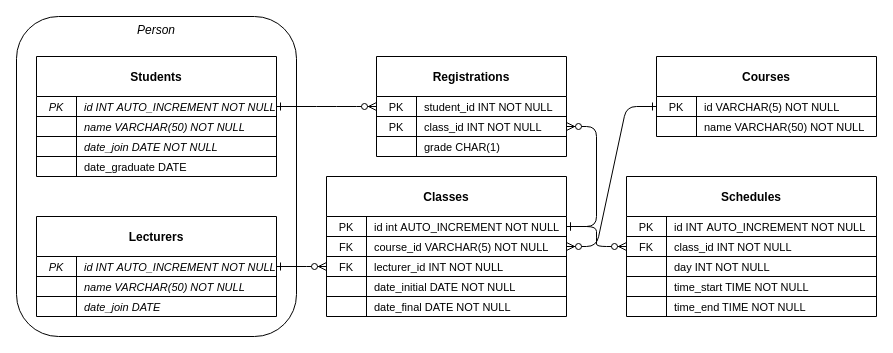
The draw.io diagram university_db/schema.drawio in hanggrian/IIT-CS425, before the edit. Source tidied: cells renumbered, new cells numbered last; positions are measured from the earlier drawing's top-left corner, leaving out a move shared by most shapes. Both pictures are drawn from the tidied source at 100%, with x=0, y=0 at pixel (16, 16).
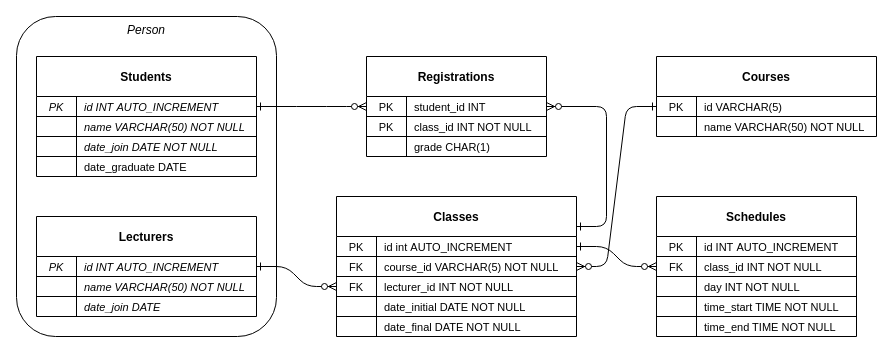
The same page after the edit.

Unchanged cells that the change refers to:
```xml
<mxCell id="3" style="shape=partialRectangle;fillColor=none;points=[[0,0.5],[1,0.5]];portConstraint=eastwest;top=0;left=0;right=0;bottom=1;fontSize=11;" parent="2" vertex="1">
  <mxGeometry y="40" width="220" height="20" as="geometry" />
</mxCell>
<mxCell id="10" style="shape=partialRectangle;fillColor=none;points=[[0,0.5],[1,0.5]];portConstraint=eastwest;top=0;left=0;right=0;bottom=1;fontSize=11;" parent="9" vertex="1">
  <mxGeometry y="40" width="240" height="20" as="geometry" />
</mxCell>
```

What changed in the source:
```diff
@@
-    <mxCell id="5" value="id VARCHAR(5) NOT NULL" style="shape=partialRectangle;overflow=hidden;fillColor=none;top=0;left=0;bottom=0;right=0;align=left;spacingLeft=6;fontStyle=0;fontSize=11;" parent="3" vertex="1">
+    <mxCell id="5" value="id VARCHAR(5)" style="shape=partialRectangle;overflow=hidden;fillColor=none;top=0;left=0;bottom=0;right=0;align=left;spacingLeft=6;fontStyle=0;fontSize=11;" parent="3" vertex="1">
       <mxGeometry x="40" width="180" height="20" as="geometry" />
     </mxCell>
@@
     <mxCell id="9" value="Classes" style="shape=table;startSize=40;childLayout=tableLayout;rowLines=0;fontStyle=1;align=center;fontSize=12;swimlaneFillColor=none;" parent="1" vertex="1">
-      <mxGeometry x="310" y="160" width="240" height="140" as="geometry" />
+      <mxGeometry x="320" y="180" width="240" height="140" as="geometry" />
     </mxCell>
@@
-    <mxCell id="12" value="id int AUTO_INCREMENT NOT NULL" style="shape=partialRectangle;overflow=hidden;fillColor=none;top=0;left=0;bottom=0;right=0;align=left;spacingLeft=6;fontStyle=0;fontSize=11;" parent="10" vertex="1">
+    <mxCell id="12" value="id int AUTO_INCREMENT" style="shape=partialRectangle;overflow=hidden;fillColor=none;top=0;left=0;bottom=0;right=0;align=left;spacingLeft=6;fontStyle=0;fontSize=11;" parent="10" vertex="1">
       <mxGeometry x="40" width="200" height="20" as="geometry" />
     </mxCell>
@@
     <mxCell id="27" value="Registrations" style="shape=table;startSize=40;childLayout=tableLayout;rowLines=0;fontStyle=1;align=center;fontSize=12;swimlaneFillColor=none;" parent="1" vertex="1">
-      <mxGeometry x="360" y="40" width="190" height="100" as="geometry" />
+      <mxGeometry x="350" y="40" width="180" height="100" as="geometry" />
     </mxCell>
     <mxCell id="28" style="shape=partialRectangle;fillColor=none;points=[[0,0.5],[1,0.5]];portConstraint=eastwest;top=0;left=0;right=0;bottom=1;fontSize=11;" parent="27" vertex="1">
-      <mxGeometry y="40" width="190" height="20" as="geometry" />
+      <mxGeometry y="40" width="180" height="20" as="geometry" />
     </mxCell>
@@
-    <mxCell id="30" value="student_id INT NOT NULL" style="shape=partialRectangle;overflow=hidden;fillColor=none;top=0;left=0;bottom=0;right=0;align=left;spacingLeft=6;fontStyle=0;fontSize=11;" parent="28" vertex="1">
-      <mxGeometry x="40" width="150" height="20" as="geometry" />
+    <mxCell id="30" value="student_id INT" style="shape=partialRectangle;overflow=hidden;fillColor=none;top=0;left=0;bottom=0;right=0;align=left;spacingLeft=6;fontStyle=0;fontSize=11;" parent="28" vertex="1">
+      <mxGeometry x="40" width="140" height="20" as="geometry" />
     </mxCell>
     <mxCell id="31" style="shape=partialRectangle;fillColor=none;top=0;left=0;bottom=1;right=0;points=[[0,0.5],[1,0.5]];portConstraint=eastwest;fontSize=11;" parent="27" vertex="1">
-      <mxGeometry y="60" width="190" height="20" as="geometry" />
+      <mxGeometry y="60" width="180" height="20" as="geometry" />
     </mxCell>
@@
     <mxCell id="33" value="class_id INT NOT NULL" style="shape=partialRectangle;fillColor=none;top=0;left=0;bottom=0;right=0;align=left;spacingLeft=6;fontStyle=0;overflow=hidden;fontSize=11;" parent="31" vertex="1">
-      <mxGeometry x="40" width="150" height="20" as="geometry" />
+      <mxGeometry x="40" width="140" height="20" as="geometry" />
     </mxCell>
     <mxCell id="34" style="shape=partialRectangle;fillColor=none;top=0;left=0;right=0;bottom=0;fontSize=11;" parent="27" vertex="1">
-      <mxGeometry y="80" width="190" height="20" as="geometry" />
+      <mxGeometry y="80" width="180" height="20" as="geometry" />
     </mxCell>
@@
     <mxCell id="36" value="grade CHAR(1)" style="shape=partialRectangle;overflow=hidden;fillColor=none;top=0;left=0;bottom=0;right=0;align=left;spacingLeft=6;fontSize=11;" parent="34" vertex="1">
-      <mxGeometry x="40" width="150" height="20" as="geometry" />
+      <mxGeometry x="40" width="140" height="20" as="geometry" />
     </mxCell>
@@
-    <mxCell id="38" style="edgeStyle=entityRelationEdgeStyle;endArrow=ERzeroToMany;startArrow=ERone;endFill=1;startFill=0;fontSize=11;entryX=1;entryY=0.5;entryDx=0;entryDy=0;exitX=1;exitY=0.5;exitDx=0;exitDy=0;" parent="1" edge="1" source="10" target="31">
-      <mxGeometry relative="1" as="geometry" />
-    </mxCell>
     <mxCell id="39" value="Schedules" style="shape=table;startSize=40;childLayout=tableLayout;rowLines=0;fontStyle=1;align=center;fontSize=12;swimlaneFillColor=none;" parent="1" vertex="1">
-      <mxGeometry x="610" y="160" width="250" height="140" as="geometry" />
+      <mxGeometry x="640" y="180" width="200" height="140" as="geometry" />
     </mxCell>
     <mxCell id="40" style="shape=partialRectangle;fillColor=none;top=0;left=0;right=0;bottom=1;fontSize=11;" parent="39" vertex="1">
-      <mxGeometry y="40" width="250" height="20" as="geometry" />
+      <mxGeometry y="40" width="200" height="20" as="geometry" />
     </mxCell>
@@
-    <mxCell id="42" value="id INT AUTO_INCREMENT NOT NULL" style="shape=partialRectangle;overflow=hidden;fillColor=none;top=0;left=0;bottom=0;right=0;align=left;spacingLeft=6;fontStyle=0;fontSize=11;" parent="40" vertex="1">
-      <mxGeometry x="40" width="210" height="20" as="geometry" />
+    <mxCell id="42" value="id INT AUTO_INCREMENT" style="shape=partialRectangle;overflow=hidden;fillColor=none;top=0;left=0;bottom=0;right=0;align=left;spacingLeft=6;fontStyle=0;fontSize=11;" parent="40" vertex="1">
+      <mxGeometry x="40" width="160" height="20" as="geometry" />
     </mxCell>
     <mxCell id="43" style="shape=tableRow;horizontal=0;startSize=0;swimlaneHead=0;swimlaneBody=0;fillColor=none;points=[[0,0.5],[1,0.5]];portConstraint=eastwest;top=0;left=0;right=0;bottom=1;fontSize=11;" parent="39" vertex="1">
-      <mxGeometry y="60" width="250" height="20" as="geometry" />
+      <mxGeometry y="60" width="200" height="20" as="geometry" />
     </mxCell>
@@
     <mxCell id="45" value="class_id INT NOT NULL" style="shape=partialRectangle;fillColor=none;top=0;left=0;bottom=0;right=0;align=left;spacingLeft=6;fontStyle=0;overflow=hidden;fontSize=11;" parent="43" vertex="1">
-      <mxGeometry x="40" width="210" height="20" as="geometry" />
+      <mxGeometry x="40" width="160" height="20" as="geometry" />
     </mxCell>
     <mxCell id="46" style="shape=tableRow;horizontal=0;startSize=0;swimlaneHead=0;swimlaneBody=0;fillColor=none;top=0;left=0;right=0;bottom=1;fontSize=11;" parent="39" vertex="1">
-      <mxGeometry y="80" width="250" height="20" as="geometry" />
+      <mxGeometry y="80" width="200" height="20" as="geometry" />
     </mxCell>
@@
     <mxCell id="48" value="day INT NOT NULL" style="shape=partialRectangle;fillColor=none;top=0;left=0;bottom=0;right=0;align=left;spacingLeft=6;fontStyle=0;overflow=hidden;fontSize=11;" parent="46" vertex="1">
-      <mxGeometry x="40" width="210" height="20" as="geometry" />
+      <mxGeometry x="40" width="160" height="20" as="geometry" />
     </mxCell>
     <mxCell id="49" style="shape=tableRow;horizontal=0;startSize=0;swimlaneHead=0;swimlaneBody=0;fillColor=none;top=0;left=0;right=0;bottom=1;" parent="39" vertex="1">
-      <mxGeometry y="100" width="250" height="20" as="geometry" />
+      <mxGeometry y="100" width="200" height="20" as="geometry" />
     </mxCell>
@@
     <mxCell id="51" value="time_start TIME NOT NULL" style="shape=partialRectangle;fillColor=none;top=0;left=0;bottom=0;right=0;align=left;spacingLeft=6;fontStyle=0;overflow=hidden;fontSize=11;" parent="49" vertex="1">
-      <mxGeometry x="40" width="210" height="20" as="geometry" />
+      <mxGeometry x="40" width="160" height="20" as="geometry" />
     </mxCell>
     <mxCell id="52" style="shape=partialRectangle;fillColor=none;top=0;left=0;right=0;bottom=0;fontSize=11;" parent="39" vertex="1">
-      <mxGeometry y="120" width="250" height="20" as="geometry" />
+      <mxGeometry y="120" width="200" height="20" as="geometry" />
     </mxCell>
@@
     <mxCell id="54" value="time_end TIME NOT NULL" style="shape=partialRectangle;overflow=hidden;fillColor=none;top=0;left=0;bottom=0;right=0;align=left;spacingLeft=6;fontSize=11;" parent="52" vertex="1">
-      <mxGeometry x="40" width="210" height="20" as="geometry" />
+      <mxGeometry x="40" width="160" height="20" as="geometry" />
     </mxCell>
@@
     <mxCell id="56" value="Person" style="group;strokeColor=default;rounded=1;shadow=0;glass=0;fontStyle=2;" parent="1" vertex="1">
-      <mxGeometry width="280" height="320" as="geometry" />
+      <mxGeometry width="260" height="320" as="geometry" />
     </mxCell>
     <mxCell id="57" value="Students" style="shape=table;startSize=40;childLayout=tableLayout;rowLines=0;fontStyle=1;align=center;fontSize=12;swimlaneFillColor=none;" parent="56" vertex="1">
-      <mxGeometry x="20" y="40" width="240" height="120" as="geometry" />
+      <mxGeometry x="20" y="40" width="220" height="120" as="geometry" />
     </mxCell>
     <mxCell id="58" style="shape=partialRectangle;fillColor=none;points=[[0,0.5],[1,0.5]];portConstraint=eastwest;top=0;left=0;right=0;bottom=1;fontSize=11;" parent="57" vertex="1">
-      <mxGeometry y="40" width="240" height="20" as="geometry" />
+      <mxGeometry y="40" width="220" height="20" as="geometry" />
     </mxCell>
@@
-    <mxCell id="60" value="id INT AUTO_INCREMENT NOT NULL" style="shape=partialRectangle;overflow=hidden;fillColor=none;top=0;left=0;bottom=0;right=0;align=left;spacingLeft=6;fontStyle=2;fontSize=11;" parent="58" vertex="1">
-      <mxGeometry x="40" width="200" height="20" as="geometry" />
+    <mxCell id="60" value="id INT AUTO_INCREMENT" style="shape=partialRectangle;overflow=hidden;fillColor=none;top=0;left=0;bottom=0;right=0;align=left;spacingLeft=6;fontStyle=2;fontSize=11;" parent="58" vertex="1">
+      <mxGeometry x="40" width="180" height="20" as="geometry" />
     </mxCell>
     <mxCell id="61" style="shape=partialRectangle;fillColor=none;top=0;left=0;bottom=1;right=0;fontSize=11;" parent="57" vertex="1">
-      <mxGeometry y="60" width="240" height="20" as="geometry" />
+      <mxGeometry y="60" width="220" height="20" as="geometry" />
     </mxCell>
@@
     <mxCell id="63" value="name VARCHAR(50) NOT NULL" style="shape=partialRectangle;fillColor=none;top=0;left=0;bottom=0;right=0;align=left;spacingLeft=6;fontStyle=2;overflow=hidden;fontSize=11;" parent="61" vertex="1">
-      <mxGeometry x="40" width="200" height="20" as="geometry" />
+      <mxGeometry x="40" width="180" height="20" as="geometry" />
     </mxCell>
     <mxCell id="64" style="shape=partialRectangle;fillColor=none;top=0;left=0;bottom=1;right=0;fontSize=11;" parent="57" vertex="1">
-      <mxGeometry y="80" width="240" height="20" as="geometry" />
+      <mxGeometry y="80" width="220" height="20" as="geometry" />
     </mxCell>
@@
     <mxCell id="66" value="date_join DATE NOT NULL" style="shape=partialRectangle;fillColor=none;top=0;left=0;bottom=0;right=0;align=left;spacingLeft=6;fontStyle=2;overflow=hidden;fontSize=11;" parent="64" vertex="1">
-      <mxGeometry x="40" width="200" height="20" as="geometry" />
+      <mxGeometry x="40" width="180" height="20" as="geometry" />
     </mxCell>
     <mxCell id="67" style="shape=partialRectangle;fillColor=none;top=0;left=0;right=0;bottom=0;fontSize=11;" parent="57" vertex="1">
-      <mxGeometry y="100" width="240" height="20" as="geometry" />
+      <mxGeometry y="100" width="220" height="20" as="geometry" />
     </mxCell>
@@
     <mxCell id="69" value="date_graduate DATE" style="shape=partialRectangle;overflow=hidden;fillColor=none;top=0;left=0;bottom=0;right=0;align=left;spacingLeft=6;fontSize=11;" parent="67" vertex="1">
-      <mxGeometry x="40" width="200" height="20" as="geometry" />
+      <mxGeometry x="40" width="180" height="20" as="geometry" />
     </mxCell>
     <mxCell id="70" value="Lecturers" style="shape=table;startSize=40;childLayout=tableLayout;rowLines=0;fontStyle=1;align=center;fontSize=12;swimlaneFillColor=none;" parent="56" vertex="1">
-      <mxGeometry x="20" y="200" width="240" height="100" as="geometry" />
+      <mxGeometry x="20" y="200" width="220" height="100" as="geometry" />
     </mxCell>
     <mxCell id="71" style="shape=partialRectangle;fillColor=none;points=[[0,0.5],[1,0.5]];portConstraint=eastwest;top=0;left=0;right=0;bottom=1;fontSize=11;" parent="70" vertex="1">
-      <mxGeometry y="40" width="240" height="20" as="geometry" />
+      <mxGeometry y="40" width="220" height="20" as="geometry" />
     </mxCell>
@@
-    <mxCell id="73" value="id INT AUTO_INCREMENT NOT NULL" style="shape=partialRectangle;overflow=hidden;fillColor=none;top=0;left=0;bottom=0;right=0;align=left;spacingLeft=6;fontStyle=2;fontSize=11;" parent="71" vertex="1">
-      <mxGeometry x="40" width="200" height="20" as="geometry" />
+    <mxCell id="73" value="id INT AUTO_INCREMENT" style="shape=partialRectangle;overflow=hidden;fillColor=none;top=0;left=0;bottom=0;right=0;align=left;spacingLeft=6;fontStyle=2;fontSize=11;" parent="71" vertex="1">
+      <mxGeometry x="40" width="180" height="20" as="geometry" />
     </mxCell>
     <mxCell id="74" style="shape=partialRectangle;fillColor=none;top=0;left=0;bottom=1;right=0;fontSize=11;" parent="70" vertex="1">
-      <mxGeometry y="60" width="240" height="20" as="geometry" />
+      <mxGeometry y="60" width="220" height="20" as="geometry" />
     </mxCell>
@@
     <mxCell id="76" value="name VARCHAR(50) NOT NULL" style="shape=partialRectangle;fillColor=none;top=0;left=0;bottom=0;right=0;align=left;spacingLeft=6;fontStyle=2;overflow=hidden;fontSize=11;" parent="74" vertex="1">
-      <mxGeometry x="40" width="200" height="20" as="geometry" />
+      <mxGeometry x="40" width="180" height="20" as="geometry" />
     </mxCell>
     <mxCell id="77" style="shape=partialRectangle;fillColor=none;top=0;left=0;right=0;bottom=0;fontSize=11;" parent="70" vertex="1">
-      <mxGeometry y="80" width="240" height="20" as="geometry" />
+      <mxGeometry y="80" width="220" height="20" as="geometry" />
     </mxCell>
@@
     <mxCell id="79" value="date_join DATE" style="shape=partialRectangle;overflow=hidden;fillColor=none;top=0;left=0;bottom=0;right=0;align=left;spacingLeft=6;fontSize=11;fontStyle=2;" parent="77" vertex="1">
-      <mxGeometry x="40" width="200" height="20" as="geometry" />
+      <mxGeometry x="40" width="180" height="20" as="geometry" />
     </mxCell>
+    <mxCell id="80" style="edgeStyle=entityRelationEdgeStyle;endArrow=ERzeroToMany;startArrow=ERone;endFill=1;startFill=0;fontSize=11;entryX=1;entryY=0.5;entryDx=0;entryDy=0;" parent="1" edge="1" target="28">
+      <mxGeometry relative="1" as="geometry">
+        <mxPoint x="560" y="210" as="sourcePoint" />
+      </mxGeometry>
+    </mxCell>
```
